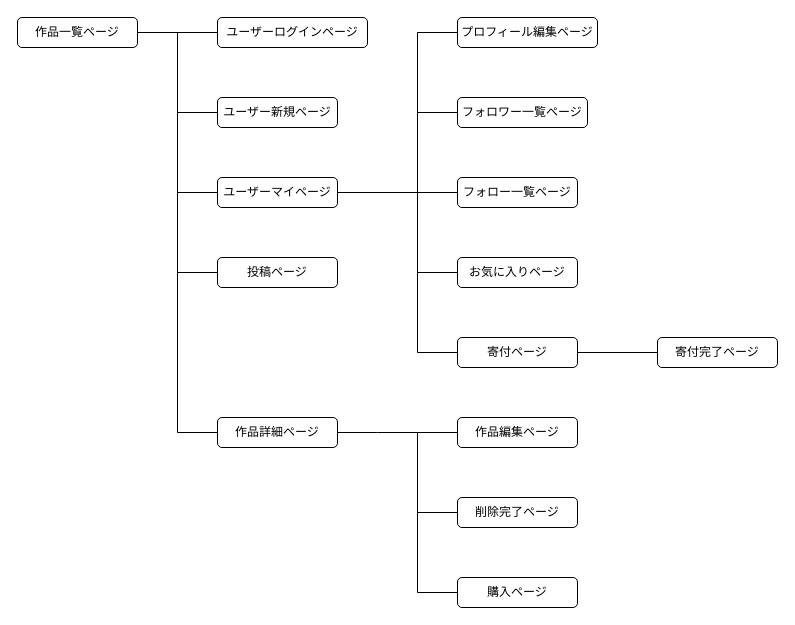
This is seni.dio from daizdag/own_works_app, a draw.io file, before an edit. Source tidied: cells renumbered, new cells numbered last; positions are measured from the earlier drawing's top-left corner, leaving out a move shared by most shapes. Both pictures are drawn from the tidied source at 100%, with x=0, y=0 at pixel (17, 17).
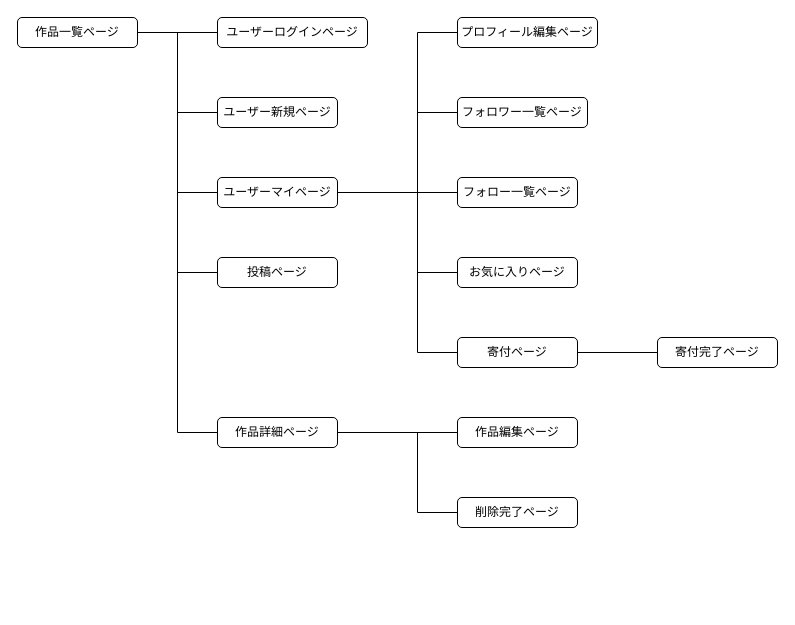
Above is the later version.

Unchanged cells that the change refers to:
```xml
<mxCell id="3" value="作品詳細ページ" style="rounded=1;whiteSpace=wrap;html=1;" parent="1" vertex="1">
  <mxGeometry x="200" y="400" width="120" height="30" as="geometry" />
</mxCell>
<mxCell id="23" value="削除完了ページ" style="rounded=1;whiteSpace=wrap;html=1;" parent="1" vertex="1">
  <mxGeometry x="440" y="480" width="120" height="30" as="geometry" />
</mxCell>
<mxCell id="25" value="作品編集ページ" style="rounded=1;whiteSpace=wrap;html=1;" parent="1" vertex="1">
  <mxGeometry x="440" y="400" width="120" height="30" as="geometry" />
</mxCell>
```

What changed in the source:
```diff
@@
-    <mxCell id="21" value="購入ページ" style="rounded=1;whiteSpace=wrap;html=1;" parent="1" vertex="1">
-      <mxGeometry x="440" y="560" width="120" height="30" as="geometry" />
-    </mxCell>
-    <mxCell id="22" style="edgeStyle=none;rounded=0;html=1;endArrow=none;endFill=0;exitX=0;exitY=0.5;exitDx=0;exitDy=0;entryX=0;entryY=0.5;entryDx=0;entryDy=0;" parent="1" edge="1" source="21" target="25">
-      <mxGeometry relative="1" as="geometry">
-        <Array as="points">
-          <mxPoint x="400" y="575" />
-          <mxPoint x="400" y="415" />
-        </Array>
-      </mxGeometry>
-    </mxCell>
@@
-    <mxCell id="24" style="edgeStyle=none;rounded=0;html=1;endArrow=none;endFill=0;exitX=0;exitY=0.5;exitDx=0;exitDy=0;" parent="1" edge="1" source="23" target="3">
+    <mxCell id="24" style="edgeStyle=none;rounded=0;html=1;endArrow=none;endFill=0;exitX=0;exitY=0.5;exitDx=0;exitDy=0;entryX=0;entryY=0.5;entryDx=0;entryDy=0;" parent="1" edge="1" source="23" target="25">
       <mxGeometry relative="1" as="geometry">
         <Array as="points">
           <mxPoint x="400" y="495" />
           <mxPoint x="400" y="415" />
-          <mxPoint x="360" y="415" />
+          <mxPoint x="320" y="415" />
         </Array>
       </mxGeometry>
     </mxCell>
```
